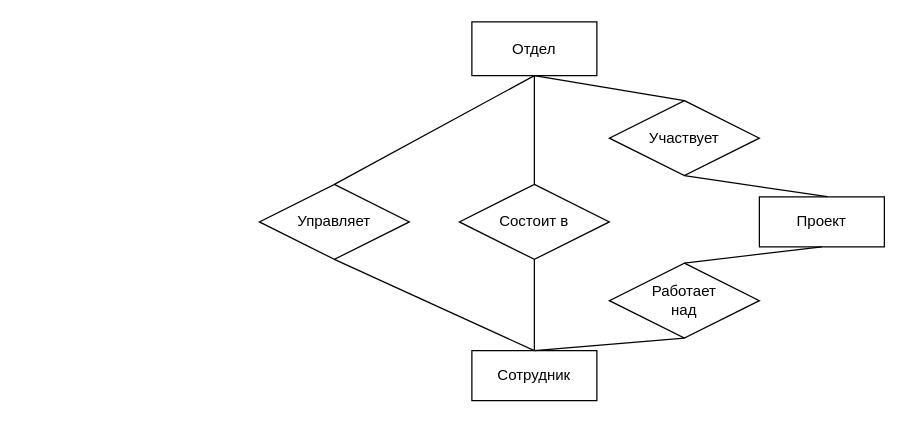
amcp-pit/db_course keeps this draw.io diagram as ERsample.drawio. Above is the earlier version. Source tidied: cells renumbered, new cells numbered last; positions are measured from the earlier drawing's top-left corner, leaving out a move shared by most shapes. Both pictures are drawn from the tidied source at 125%, with x=0, y=0 at pixel (259, 21).
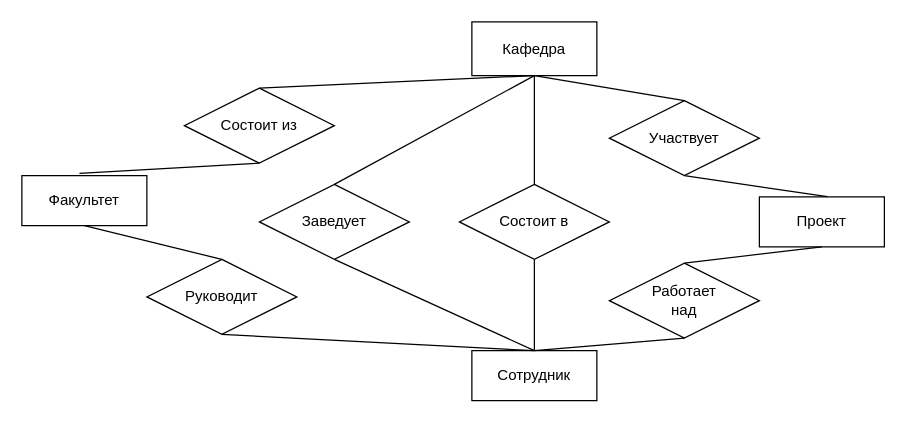
The same diagram, later.

Change to the diagram source:
```diff
@@
-    <mxCell id="2" value="Отдел" style="whiteSpace=wrap;html=1;align=center;" parent="1" vertex="1">
+    <mxCell id="2" value="Кафедра" style="whiteSpace=wrap;html=1;align=center;" parent="1" vertex="1">
       <mxGeometry x="170" width="100" height="43" as="geometry" />
     </mxCell>
@@
-    <mxCell id="7" value="Управляет" style="shape=rhombus;perimeter=rhombusPerimeter;whiteSpace=wrap;html=1;align=center;" parent="1" vertex="1">
+    <mxCell id="7" value="Заведует" style="shape=rhombus;perimeter=rhombusPerimeter;whiteSpace=wrap;html=1;align=center;" parent="1" vertex="1">
       <mxGeometry y="130" width="120" height="60" as="geometry" />
     </mxCell>
@@
+    <mxCell id="17" value="Факультет" style="whiteSpace=wrap;html=1;align=center;" parent="1" vertex="1">
+      <mxGeometry x="-190" y="123" width="100" height="40" as="geometry" />
+    </mxCell>
+    <mxCell id="18" value="Состоит из" style="shape=rhombus;perimeter=rhombusPerimeter;whiteSpace=wrap;html=1;align=center;" parent="1" vertex="1">
+      <mxGeometry x="-60" y="53" width="120" height="60" as="geometry" />
+    </mxCell>
+    <mxCell id="19" value="Руководит" style="shape=rhombus;perimeter=rhombusPerimeter;whiteSpace=wrap;html=1;align=center;" parent="1" vertex="1">
+      <mxGeometry x="-90" y="190" width="120" height="60" as="geometry" />
+    </mxCell>
+    <mxCell id="20" style="endArrow=none;html=1;rounded=0;entryX=0.5;entryY=0;entryDx=0;entryDy=0;exitX=0.5;exitY=1;exitDx=0;exitDy=0;" parent="1" edge="1" source="17" target="19">
+      <mxGeometry relative="1" as="geometry" />
+    </mxCell>
+    <mxCell id="21" style="endArrow=none;html=1;rounded=0;exitX=0.5;exitY=1;exitDx=0;exitDy=0;" parent="1" edge="1" source="19">
+      <mxGeometry relative="1" as="geometry">
+        <mxPoint x="220" y="263" as="targetPoint" />
+      </mxGeometry>
+    </mxCell>
+    <mxCell id="22" style="endArrow=none;html=1;rounded=0;exitX=0.5;exitY=0;exitDx=0;exitDy=0;" parent="1" edge="1" source="18">
+      <mxGeometry relative="1" as="geometry">
+        <mxPoint x="220" y="43" as="targetPoint" />
+      </mxGeometry>
+    </mxCell>
+    <mxCell id="23" style="endArrow=none;html=1;rounded=0;entryX=0.5;entryY=1;entryDx=0;entryDy=0;exitX=0.461;exitY=-0.046;exitDx=0;exitDy=0;exitPerimeter=0;" parent="1" edge="1" source="17" target="18">
+      <mxGeometry relative="1" as="geometry" />
+    </mxCell>
```
